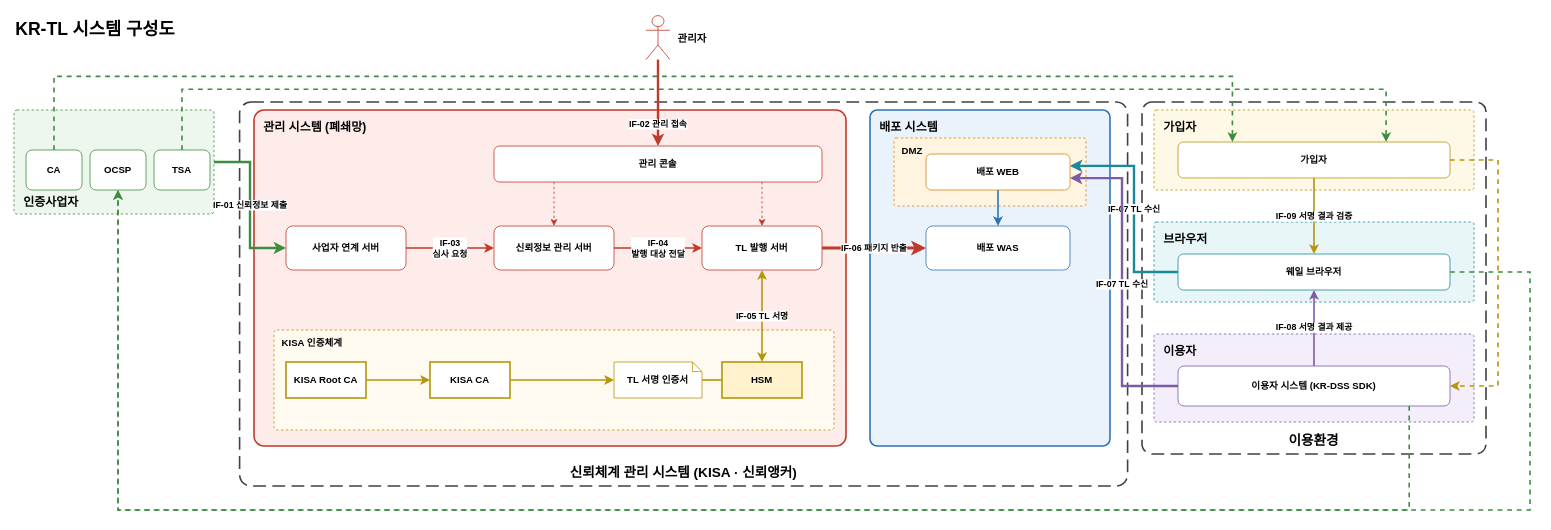
Earlier version of the draw.io diagram docs/design/KR-TL-관리시스템/diagrams/krtl-system.drawio (yongsungkim-electcerti/kr-dss). Source tidied: cells renumbered, new cells numbered last; positions are measured from the earlier drawing's top-left corner, leaving out a move shared by most shapes. Both pictures are drawn from the tidied source at 80%, with x=0, y=0 at pixel (14, 14).
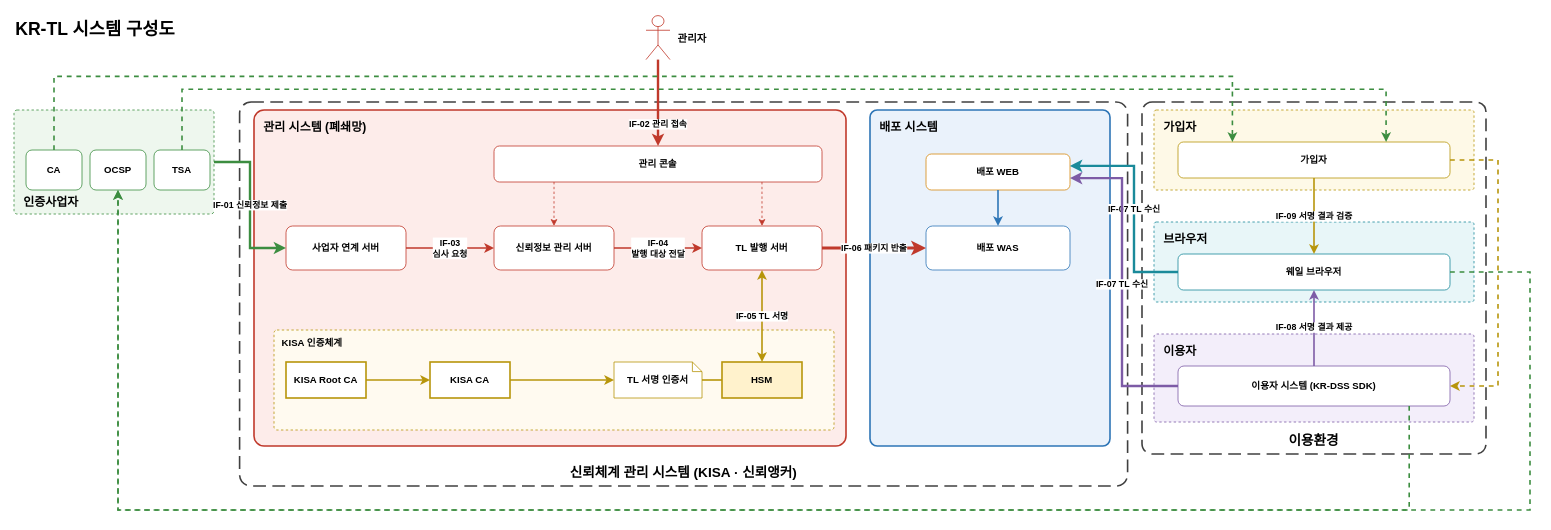
Above is the later version.

What changed in the source:
```diff
@@
-    <mxCell id="9" value="DMZ" style="rounded=1;arcSize=3;dashed=1;fillColor=#fff4e0;strokeColor=#d68910;strokeWidth=1;fontStyle=1;verticalAlign=top;align=left;spacingLeft=8;spacingTop=2;fontSize=12;" parent="1" vertex="1">
-      <mxGeometry x="1100" y="155" width="240" height="85" as="geometry" />
-    </mxCell>
```
